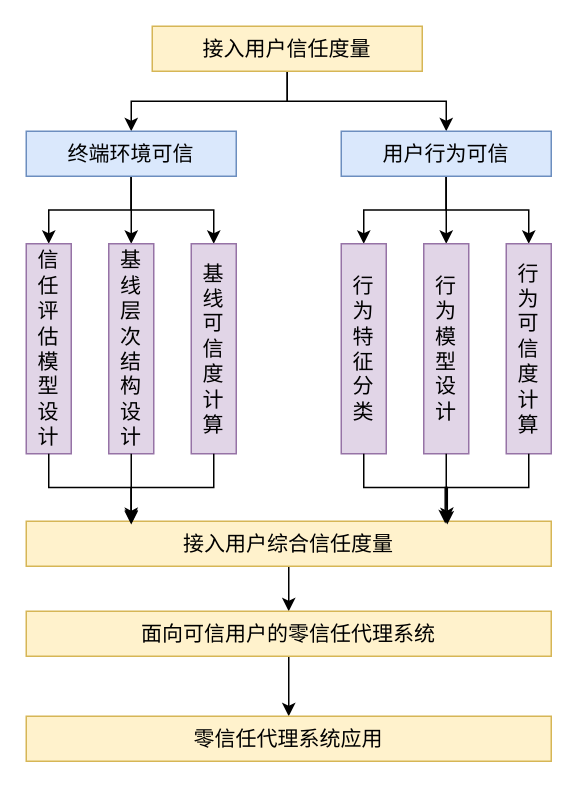
Above: testDirectory/论文研究路线.drawio in Moose1273/- (draw.io), before the change. Source tidied: cells renumbered, new cells numbered last; positions are measured from the earlier drawing's top-left corner, leaving out a move shared by most shapes. Both pictures are drawn from the tidied source at 150%, with x=0, y=0 at pixel (26, 26).
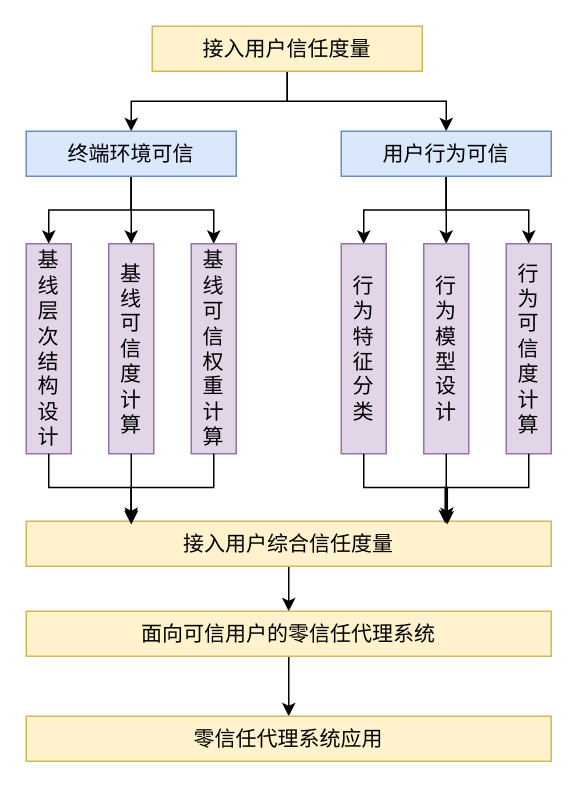
The same diagram, later.

Commit message:
更新论文研究路线.drawio

Diff of the diagram source:
```diff
@@
-    <mxCell id="13" value="&lt;div style=&quot;font-size: 14px;&quot;&gt;基&lt;/div&gt;&lt;div style=&quot;font-size: 14px;&quot;&gt;线&lt;/div&gt;&lt;div style=&quot;font-size: 14px;&quot;&gt;层&lt;/div&gt;&lt;div style=&quot;font-size: 14px;&quot;&gt;次&lt;/div&gt;&lt;div style=&quot;font-size: 14px;&quot;&gt;结&lt;/div&gt;&lt;div style=&quot;font-size: 14px;&quot;&gt;构&lt;/div&gt;&lt;div style=&quot;font-size: 14px;&quot;&gt;设&lt;/div&gt;&lt;div style=&quot;font-size: 14px;&quot;&gt;计&lt;/div&gt;" style="rounded=0;whiteSpace=wrap;html=1;direction=south;fillColor=#e1d5e7;strokeColor=#9673a6;fontSize=14;" parent="1" vertex="1">
+    <mxCell id="13" value="&lt;div style=&quot;font-size: 14px;&quot;&gt;基&lt;div&gt;线&lt;/div&gt;&lt;div&gt;可&lt;/div&gt;&lt;div&gt;信&lt;/div&gt;&lt;div&gt;度&lt;/div&gt;&lt;div&gt;计&lt;/div&gt;&lt;div&gt;算&lt;/div&gt;&lt;/div&gt;" style="rounded=0;whiteSpace=wrap;html=1;direction=south;fillColor=#e1d5e7;strokeColor=#9673a6;fontSize=14;" parent="1" vertex="1">
       <mxGeometry x="55" y="145" width="30" height="140" as="geometry" />
     </mxCell>
-    <mxCell id="14" value="&lt;div style=&quot;font-size: 14px;&quot;&gt;信&lt;/div&gt;&lt;div style=&quot;font-size: 14px;&quot;&gt;任&lt;/div&gt;&lt;div style=&quot;font-size: 14px;&quot;&gt;评&lt;/div&gt;&lt;div style=&quot;font-size: 14px;&quot;&gt;估&lt;/div&gt;&lt;div style=&quot;font-size: 14px;&quot;&gt;模&lt;/div&gt;&lt;div style=&quot;font-size: 14px;&quot;&gt;型&lt;/div&gt;&lt;div style=&quot;font-size: 14px;&quot;&gt;设&lt;/div&gt;&lt;div style=&quot;font-size: 14px;&quot;&gt;计&lt;/div&gt;" style="rounded=0;whiteSpace=wrap;html=1;direction=south;fillColor=#e1d5e7;strokeColor=#9673a6;fontSize=14;" parent="1" vertex="1">
+    <mxCell id="14" value="&lt;div style=&quot;font-size: 14px;&quot;&gt;&lt;div&gt;基&lt;/div&gt;&lt;div&gt;线&lt;/div&gt;&lt;div&gt;层&lt;/div&gt;&lt;div&gt;次&lt;/div&gt;&lt;div&gt;结&lt;/div&gt;&lt;div&gt;构&lt;/div&gt;&lt;div&gt;设&lt;/div&gt;&lt;div&gt;计&lt;/div&gt;&lt;/div&gt;" style="rounded=0;whiteSpace=wrap;html=1;direction=south;fillColor=#e1d5e7;strokeColor=#9673a6;fontSize=14;" parent="1" vertex="1">
       <mxGeometry y="145" width="30" height="140" as="geometry" />
     </mxCell>
-    <mxCell id="15" value="基&lt;div style=&quot;font-size: 14px;&quot;&gt;线&lt;/div&gt;&lt;div style=&quot;font-size: 14px;&quot;&gt;可&lt;/div&gt;&lt;div style=&quot;font-size: 14px;&quot;&gt;信&lt;/div&gt;&lt;div style=&quot;font-size: 14px;&quot;&gt;度&lt;/div&gt;&lt;div style=&quot;font-size: 14px;&quot;&gt;计&lt;/div&gt;&lt;div style=&quot;font-size: 14px;&quot;&gt;算&lt;/div&gt;" style="rounded=0;whiteSpace=wrap;html=1;direction=south;fillColor=#e1d5e7;strokeColor=#9673a6;fontSize=14;" parent="1" vertex="1">
+    <mxCell id="15" value="基&lt;div style=&quot;font-size: 14px;&quot;&gt;线&lt;/div&gt;&lt;div style=&quot;font-size: 14px;&quot;&gt;可&lt;/div&gt;&lt;div style=&quot;font-size: 14px;&quot;&gt;信&lt;/div&gt;&lt;div style=&quot;font-size: 14px;&quot;&gt;权&lt;/div&gt;&lt;div style=&quot;font-size: 14px;&quot;&gt;重&lt;/div&gt;&lt;div style=&quot;font-size: 14px;&quot;&gt;计&lt;/div&gt;&lt;div style=&quot;font-size: 14px;&quot;&gt;算&lt;/div&gt;" style="rounded=0;whiteSpace=wrap;html=1;direction=south;fillColor=#e1d5e7;strokeColor=#9673a6;fontSize=14;" parent="1" vertex="1">
       <mxGeometry x="110" y="145" width="30" height="140" as="geometry" />
     </mxCell>
```
